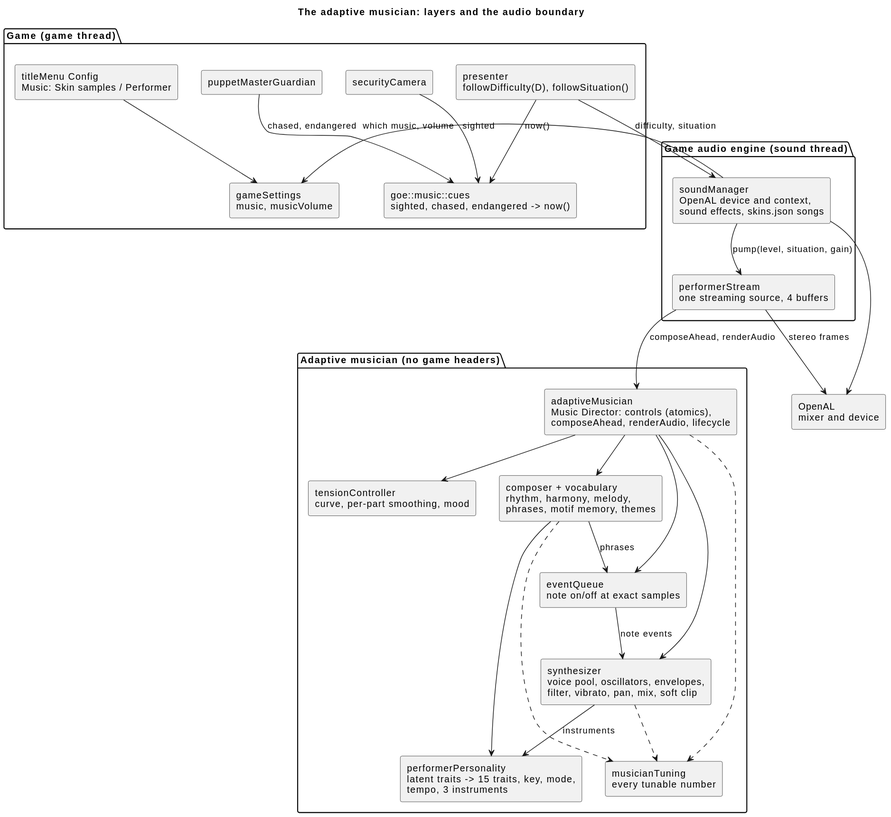
arielkonopka/Gardens-of-Eris keeps this PlantUML diagram as docs/diagrams/15-musician-components.svg. Above is the earlier version. Source of this version:
```plantuml
@startuml
title The adaptive musician: layers and the audio boundary
skinparam componentStyle rectangle

package "Game (game thread)" {
  [presenter\nfollowDifficulty(D), followSituation()] as pres
  [goe::music::cues\nsighted, chased, endangered -> now()] as cues
  [securityCamera] as cam
  [puppetMasterGuardian] as guard
  [titleMenu Config\nMusic: Skin samples / Performer] as menu
  [gameSettings\nmusic, musicVolume] as settings
}

package "Adaptive musician (no game headers)" {
  [adaptiveMusician\nMusic Director: controls (atomics),\ncomposeAhead, renderAudio, lifecycle] as director
  [tensionController\ncurve, per-part smoothing, mood] as tension
  [performerPersonality\nlatent traits -> 15 traits, key, mode,\ntempo, 3 instruments] as person
  [composer + vocabulary\nrhythm, harmony, melody,\nphrases, motif memory, themes] as comp
  [eventQueue\nnote on/off at exact samples] as queue
  [synthesizer\nvoice pool, oscillators, envelopes,\nfilter, vibrato, pan, mix, soft clip] as synth
  [musicianTuning\nevery tunable number] as tuning
}

package "Game audio engine (sound thread)" {
  [soundManager\nOpenAL device and context,\nsound effects, skins.json songs] as sm
  [performerStream\none streaming source, 4 buffers] as stream
}
[OpenAL\nmixer and device] as openal

cam --> cues : sighted
guard --> cues : chased, endangered
pres --> cues : now()
pres --> sm : difficulty, situation
menu --> settings
sm --> settings : which music, volume
sm --> stream : pump(level, situation, gain)
stream --> director : composeAhead, renderAudio
director --> tension
director --> comp
director --> queue
director --> synth
comp --> person
comp --> queue : phrases
queue --> synth : note events
synth --> person : instruments
director ..> tuning
comp ..> tuning
synth ..> tuning
stream --> openal : stereo frames
sm --> openal
@enduml
```
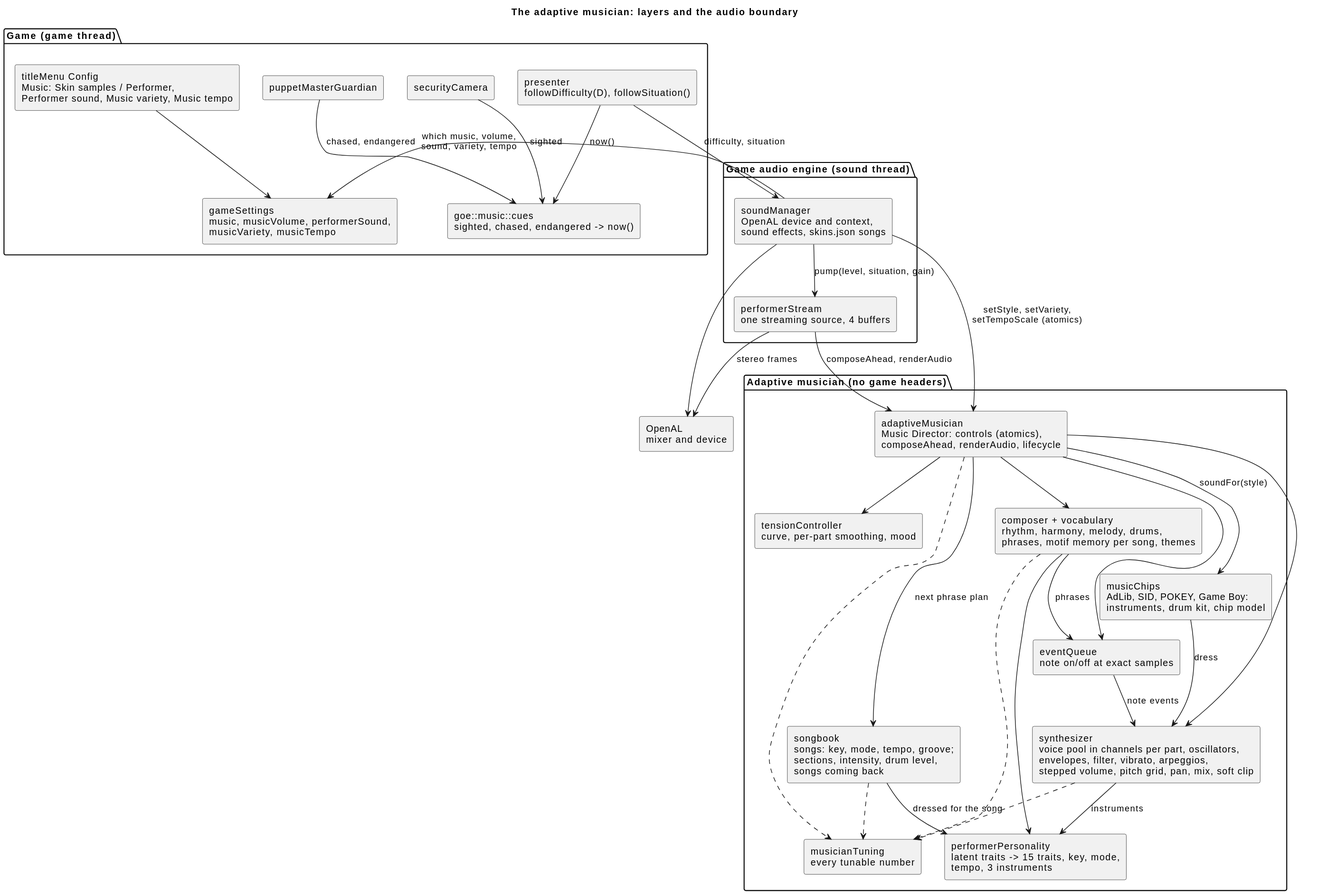
After the change.

Diff of the diagram source:
```diff
@@ -7,17 +7,19 @@
   [goe::music::cues\nsighted, chased, endangered -> now()] as cues
   [securityCamera] as cam
   [puppetMasterGuardian] as guard
-  [titleMenu Config\nMusic: Skin samples / Performer] as menu
-  [gameSettings\nmusic, musicVolume] as settings
+  [titleMenu Config\nMusic: Skin samples / Performer,\nPerformer sound, Music variety, Music tempo] as menu
+  [gameSettings\nmusic, musicVolume, performerSound,\nmusicVariety, musicTempo] as settings
 }
 
 package "Adaptive musician (no game headers)" {
   [adaptiveMusician\nMusic Director: controls (atomics),\ncomposeAhead, renderAudio, lifecycle] as director
   [tensionController\ncurve, per-part smoothing, mood] as tension
   [performerPersonality\nlatent traits -> 15 traits, key, mode,\ntempo, 3 instruments] as person
-  [composer + vocabulary\nrhythm, harmony, melody,\nphrases, motif memory, themes] as comp
+  [songbook\nsongs: key, mode, tempo, groove;\nsections, intensity, drum level,\nsongs coming back] as songs
+  [composer + vocabulary\nrhythm, harmony, melody, drums,\nphrases, motif memory per song, themes] as comp
+  [musicChips\nAdLib, SID, POKEY, Game Boy:\ninstruments, drum kit, chip model] as chips
   [eventQueue\nnote on/off at exact samples] as queue
-  [synthesizer\nvoice pool, oscillators, envelopes,\nfilter, vibrato, pan, mix, soft clip] as synth
+  [synthesizer\nvoice pool in channels per part, oscillators,\nenvelopes, filter, vibrato, arpeggios,\nstepped volume, pitch grid, pan, mix, soft clip] as synth
   [musicianTuning\nevery tunable number] as tuning
 }
 
@@ -32,11 +34,16 @@
 pres --> cues : now()
 pres --> sm : difficulty, situation
 menu --> settings
-sm --> settings : which music, volume
+sm --> settings : which music, volume,\nsound, variety, tempo
 sm --> stream : pump(level, situation, gain)
+sm --> director : setStyle, setVariety,\nsetTempoScale (atomics)
 stream --> director : composeAhead, renderAudio
 director --> tension
+director --> songs : next phrase plan
 director --> comp
+director --> chips : soundFor(style)
+chips --> synth : dress
+songs --> person : dressed for the song
 director --> queue
 director --> synth
 comp --> person
@@ -45,6 +52,7 @@
 synth --> person : instruments
 director ..> tuning
 comp ..> tuning
+songs ..> tuning
 synth ..> tuning
 stream --> openal : stereo frames
 sm --> openal
```
